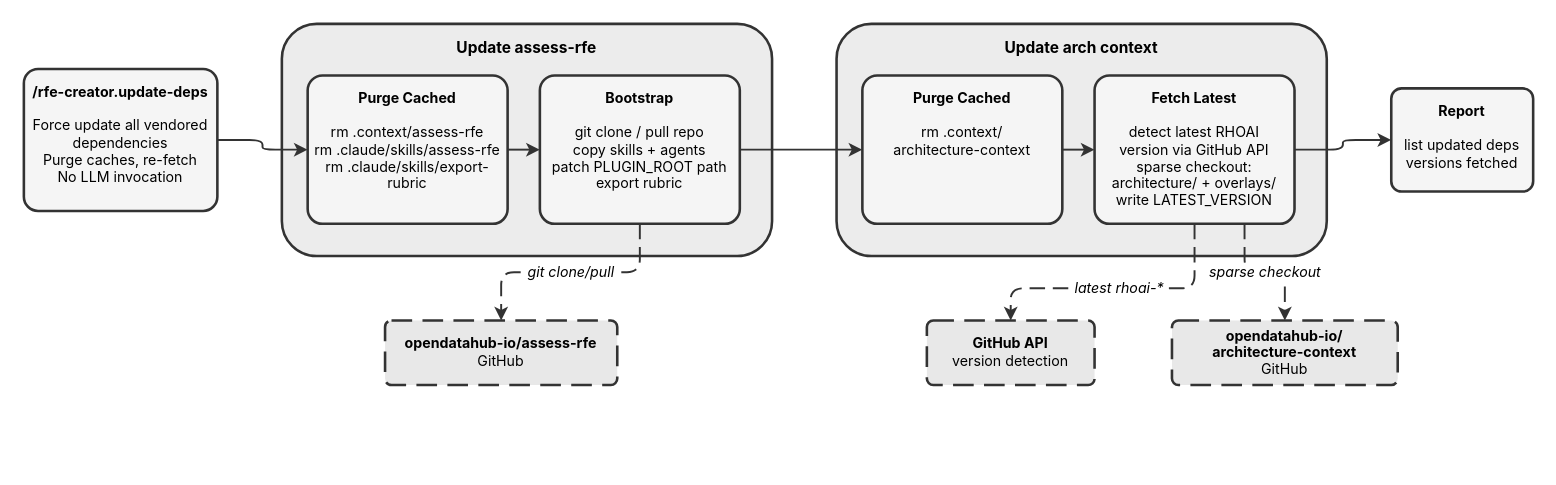
This is site/docs/plugins/rfe-creator/rfe-creator.update-deps.drawio from fege/skills-registry, a draw.io file, before an edit. Source tidied: cells renumbered, new cells numbered last; positions are measured from the earlier drawing's top-left corner, leaving out a move shared by most shapes. Both pictures are drawn from the tidied source at 129%, with x=0, y=0 at pixel (23, 23).
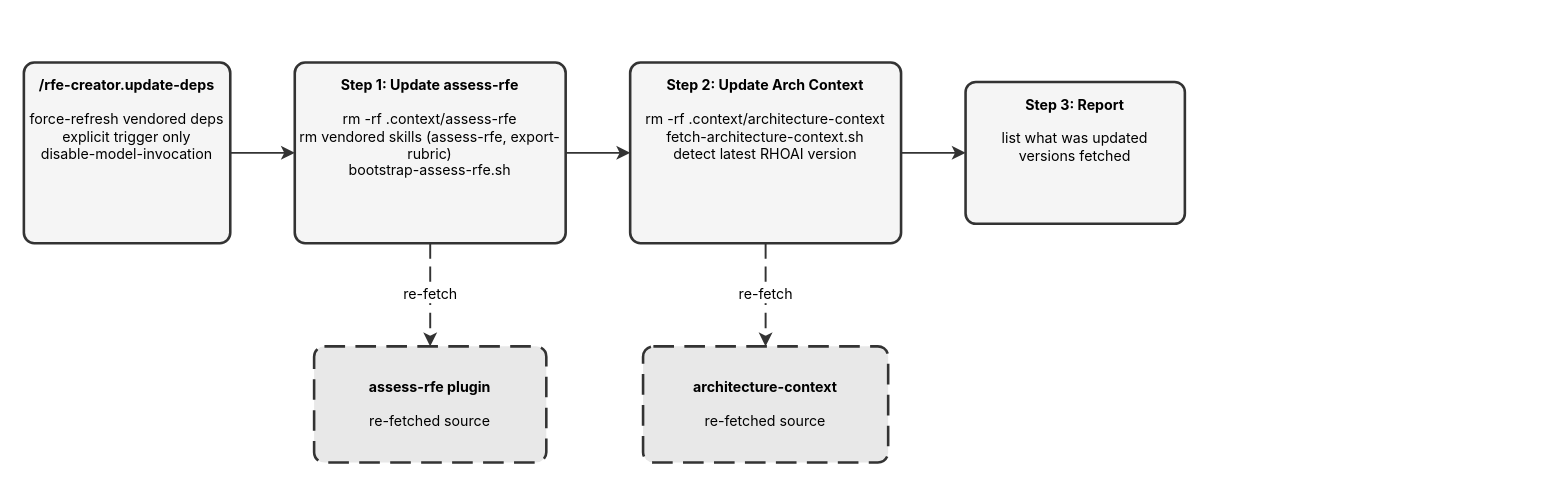
The same page after the edit.

Change to the diagram source:
```diff
@@
-    <mxCell id="2" value="&lt;b&gt;/rfe-creator.update-deps&lt;/b&gt;&lt;br&gt;&lt;br&gt;Force update all vendored&lt;br&gt;dependencies&lt;br&gt;Purge caches, re-fetch&lt;br&gt;No LLM invocation" style="rounded=1;whiteSpace=wrap;html=1;fillColor=#f5f5f5;strokeColor=#333333;strokeWidth=2;arcSize=10;verticalAlign=top;spacingTop=5;fontSize=11;fontFamily=Inter,Helvetica,Arial,sans-serif;" parent="1" vertex="1">
-      <mxGeometry y="35" width="150" height="110" as="geometry" />
+    <mxCell id="2" value="&lt;b&gt;/rfe-creator.update-deps&lt;/b&gt;&lt;br&gt;&lt;br&gt;force-refresh vendored deps&lt;br&gt;explicit trigger only&lt;br&gt;disable-model-invocation" style="rounded=1;whiteSpace=wrap;html=1;fillColor=#f5f5f5;strokeColor=#333333;strokeWidth=2;verticalAlign=top;spacingTop=5;fontSize=11;fontFamily=Inter,Helvetica,Arial,sans-serif;arcSize=16;absoluteArcSize=1;" parent="1" vertex="1">
+      <mxGeometry y="30" width="160" height="140" as="geometry" />
     </mxCell>
-    <mxCell id="3" value="&lt;b&gt;Update assess-rfe&lt;/b&gt;" style="rounded=1;whiteSpace=wrap;html=1;fillColor=#ececec;strokeColor=#333333;strokeWidth=2;verticalAlign=top;spacingTop=5;fontSize=12;fontStyle=1;fontFamily=Inter,Helvetica,Arial,sans-serif;" parent="1" vertex="1">
-      <mxGeometry x="200" width="380" height="180" as="geometry" />
+    <mxCell id="3" value="&lt;b&gt;Step 1: Update assess-rfe&lt;/b&gt;&lt;br&gt;&lt;br&gt;rm -rf .context/assess-rfe&lt;br&gt;rm vendored skills (assess-rfe, export-rubric)&lt;br&gt;bootstrap-assess-rfe.sh" style="rounded=1;whiteSpace=wrap;html=1;fillColor=#f5f5f5;strokeColor=#333333;strokeWidth=2;verticalAlign=top;spacingTop=5;fontSize=11;fontFamily=Inter,Helvetica,Arial,sans-serif;arcSize=16;absoluteArcSize=1;" parent="1" vertex="1">
+      <mxGeometry x="210" y="30" width="210" height="140" as="geometry" />
     </mxCell>
-    <mxCell id="4" value="&lt;b&gt;Purge Cached&lt;/b&gt;&lt;br&gt;&lt;br&gt;rm .context/assess-rfe&lt;br&gt;rm .claude/skills/assess-rfe&lt;br&gt;rm .claude/skills/export-rubric" style="rounded=1;whiteSpace=wrap;html=1;fillColor=#f5f5f5;strokeColor=#333333;strokeWidth=2;arcSize=10;verticalAlign=top;spacingTop=5;fontSize=11;fontFamily=Inter,Helvetica,Arial,sans-serif;" parent="3" vertex="1">
-      <mxGeometry x="20" y="40" width="155" height="115" as="geometry" />
-    </mxCell>
-    <mxCell id="5" value="&lt;b&gt;Bootstrap&lt;/b&gt;&lt;br&gt;&lt;br&gt;git clone / pull repo&lt;br&gt;copy skills + agents&lt;br&gt;patch PLUGIN_ROOT path&lt;br&gt;export rubric" style="rounded=1;whiteSpace=wrap;html=1;fillColor=#f5f5f5;strokeColor=#333333;strokeWidth=2;arcSize=10;verticalAlign=top;spacingTop=5;fontSize=11;fontFamily=Inter,Helvetica,Arial,sans-serif;" parent="3" vertex="1">
-      <mxGeometry x="200" y="40" width="155" height="115" as="geometry" />
-    </mxCell>
-    <mxCell id="6" value="&lt;b&gt;Update arch context&lt;/b&gt;" style="rounded=1;whiteSpace=wrap;html=1;fillColor=#ececec;strokeColor=#333333;strokeWidth=2;verticalAlign=top;spacingTop=5;fontSize=12;fontStyle=1;fontFamily=Inter,Helvetica,Arial,sans-serif;" parent="1" vertex="1">
-      <mxGeometry x="630" width="380" height="180" as="geometry" />
+    <mxCell id="6" value="&lt;b&gt;Step 2: Update Arch Context&lt;/b&gt;&lt;br&gt;&lt;br&gt;rm -rf .context/architecture-context&lt;br&gt;fetch-architecture-context.sh&lt;br&gt;detect latest RHOAI version" style="rounded=1;whiteSpace=wrap;html=1;fillColor=#f5f5f5;strokeColor=#333333;strokeWidth=2;verticalAlign=top;spacingTop=5;fontSize=11;fontFamily=Inter,Helvetica,Arial,sans-serif;arcSize=16;absoluteArcSize=1;" parent="1" vertex="1">
+      <mxGeometry x="470" y="30" width="210" height="140" as="geometry" />
     </mxCell>
-    <mxCell id="7" value="&lt;b&gt;Purge Cached&lt;/b&gt;&lt;br&gt;&lt;br&gt;rm .context/&lt;br&gt;architecture-context" style="rounded=1;whiteSpace=wrap;html=1;fillColor=#f5f5f5;strokeColor=#333333;strokeWidth=2;arcSize=10;verticalAlign=top;spacingTop=5;fontSize=11;fontFamily=Inter,Helvetica,Arial,sans-serif;" parent="6" vertex="1">
-      <mxGeometry x="20" y="40" width="155" height="115" as="geometry" />
-    </mxCell>
-    <mxCell id="8" value="&lt;b&gt;Fetch Latest&lt;/b&gt;&lt;br&gt;&lt;br&gt;detect latest RHOAI&lt;br&gt;version via GitHub API&lt;br&gt;sparse checkout:&lt;br&gt;architecture/ + overlays/&lt;br&gt;write LATEST_VERSION" style="rounded=1;whiteSpace=wrap;html=1;fillColor=#f5f5f5;strokeColor=#333333;strokeWidth=2;arcSize=10;verticalAlign=top;spacingTop=5;fontSize=11;fontFamily=Inter,Helvetica,Arial,sans-serif;" parent="6" vertex="1">
-      <mxGeometry x="200" y="40" width="155" height="115" as="geometry" />
-    </mxCell>
-    <mxCell id="9" value="&lt;b&gt;Report&lt;/b&gt;&lt;br&gt;&lt;br&gt;list updated deps&lt;br&gt;versions fetched" style="rounded=1;whiteSpace=wrap;html=1;fillColor=#f5f5f5;strokeColor=#333333;strokeWidth=2;arcSize=10;verticalAlign=top;spacingTop=5;fontSize=11;fontFamily=Inter,Helvetica,Arial,sans-serif;" parent="1" vertex="1">
-      <mxGeometry x="1060" y="50" width="110" height="80" as="geometry" />
+    <mxCell id="9" value="&lt;b&gt;Step 3: Report&lt;/b&gt;&lt;br&gt;&lt;br&gt;list what was updated&lt;br&gt;versions fetched" style="rounded=1;whiteSpace=wrap;html=1;fillColor=#f5f5f5;strokeColor=#333333;strokeWidth=2;verticalAlign=top;spacingTop=5;fontSize=11;fontFamily=Inter,Helvetica,Arial,sans-serif;arcSize=16;absoluteArcSize=1;" parent="1" vertex="1">
+      <mxGeometry x="730" y="45" width="170" height="110" as="geometry" />
     </mxCell>
-    <mxCell id="10" value="&lt;b&gt;opendatahub-io/assess-rfe&lt;/b&gt;&lt;br&gt;GitHub" style="rounded=1;whiteSpace=wrap;html=1;fillColor=#e8e8e8;strokeColor=#333333;strokeWidth=2;arcSize=10;dashed=1;dashPattern=8 4;verticalAlign=middle;fontSize=11;fontFamily=Inter,Helvetica,Arial,sans-serif;" parent="1" vertex="1">
-      <mxGeometry x="280" y="230" width="180" height="50" as="geometry" />
-    </mxCell>
-    <mxCell id="11" value="&lt;b&gt;GitHub API&lt;/b&gt;&lt;br&gt;version detection" style="rounded=1;whiteSpace=wrap;html=1;fillColor=#e8e8e8;strokeColor=#333333;strokeWidth=2;arcSize=10;dashed=1;dashPattern=8 4;verticalAlign=middle;fontSize=11;fontFamily=Inter,Helvetica,Arial,sans-serif;" parent="1" vertex="1">
-      <mxGeometry x="700" y="230" width="130" height="50" as="geometry" />
-    </mxCell>
-    <mxCell id="12" value="&lt;b&gt;opendatahub-io/&lt;/b&gt;&lt;br&gt;&lt;b&gt;architecture-context&lt;/b&gt;&lt;br&gt;GitHub" style="rounded=1;whiteSpace=wrap;html=1;fillColor=#e8e8e8;strokeColor=#333333;strokeWidth=2;arcSize=10;dashed=1;dashPattern=8 4;verticalAlign=middle;fontSize=11;fontFamily=Inter,Helvetica,Arial,sans-serif;" parent="1" vertex="1">
-      <mxGeometry x="890" y="230" width="175" height="50" as="geometry" />
-    </mxCell>
-    <mxCell id="13" style="edgeStyle=orthogonalEdgeStyle;rounded=1;strokeColor=#333333;strokeWidth=1.5;html=1;fontFamily=Inter,Helvetica,Arial,sans-serif;exitX=1;exitY=0.5;exitDx=0;exitDy=0;entryX=0;entryY=0.5;entryDx=0;entryDy=0;" parent="1" edge="1" source="2" target="4">
-      <mxGeometry relative="1" as="geometry" />
-    </mxCell>
-    <mxCell id="14" style="edgeStyle=orthogonalEdgeStyle;rounded=1;strokeColor=#333333;strokeWidth=1.5;html=1;fontFamily=Inter,Helvetica,Arial,sans-serif;exitX=1;exitY=0.5;exitDx=0;exitDy=0;entryX=0;entryY=0.5;entryDx=0;entryDy=0;" parent="1" edge="1" source="4" target="5">
-      <mxGeometry relative="1" as="geometry" />
-    </mxCell>
-    <mxCell id="15" style="edgeStyle=orthogonalEdgeStyle;rounded=1;strokeColor=#333333;strokeWidth=1.5;html=1;fontFamily=Inter,Helvetica,Arial,sans-serif;exitX=1;exitY=0.5;exitDx=0;exitDy=0;entryX=0;entryY=0.5;entryDx=0;entryDy=0;" parent="1" edge="1" source="5" target="7">
-      <mxGeometry relative="1" as="geometry" />
-    </mxCell>
-    <mxCell id="16" style="edgeStyle=orthogonalEdgeStyle;rounded=1;strokeColor=#333333;strokeWidth=1.5;html=1;fontFamily=Inter,Helvetica,Arial,sans-serif;exitX=1;exitY=0.5;exitDx=0;exitDy=0;entryX=0;entryY=0.5;entryDx=0;entryDy=0;" parent="1" edge="1" source="7" target="8">
-      <mxGeometry relative="1" as="geometry" />
-    </mxCell>
-    <mxCell id="17" style="edgeStyle=orthogonalEdgeStyle;rounded=1;strokeColor=#333333;strokeWidth=1.5;html=1;fontFamily=Inter,Helvetica,Arial,sans-serif;exitX=1;exitY=0.5;exitDx=0;exitDy=0;entryX=0;entryY=0.5;entryDx=0;entryDy=0;" parent="1" edge="1" source="8" target="9">
-      <mxGeometry relative="1" as="geometry" />
-    </mxCell>
-    <mxCell id="18" value="git clone/pull" style="edgeStyle=orthogonalEdgeStyle;rounded=1;strokeColor=#333333;strokeWidth=1.5;dashed=1;dashPattern=8 4;html=1;fontStyle=2;fontSize=11;fontFamily=Inter,Helvetica,Arial,sans-serif;exitX=0.5;exitY=1;exitDx=0;exitDy=0;entryX=0.5;entryY=0;entryDx=0;entryDy=0;" parent="1" edge="1" source="5" target="10">
-      <mxGeometry relative="1" as="geometry" />
-    </mxCell>
-    <mxCell id="19" value="latest rhoai-*" style="edgeStyle=orthogonalEdgeStyle;rounded=1;strokeColor=#333333;strokeWidth=1.5;dashed=1;dashPattern=8 4;html=1;fontStyle=2;fontSize=11;fontFamily=Inter,Helvetica,Arial,sans-serif;exitX=0.5;exitY=1;exitDx=0;exitDy=0;entryX=0.5;entryY=0;entryDx=0;entryDy=0;" parent="1" edge="1" source="8" target="11">
-      <mxGeometry relative="1" as="geometry">
-        <Array as="points">
-          <mxPoint x="908" y="205" />
-          <mxPoint x="765" y="205" />
-        </Array>
-      </mxGeometry>
-    </mxCell>
-    <mxCell id="20" value="sparse checkout" style="edgeStyle=orthogonalEdgeStyle;rounded=1;strokeColor=#333333;strokeWidth=1.5;dashed=1;dashPattern=8 4;html=1;fontStyle=2;fontSize=11;fontFamily=Inter,Helvetica,Arial,sans-serif;exitX=0.75;exitY=1;exitDx=0;exitDy=0;entryX=0.5;entryY=0;entryDx=0;entryDy=0;" parent="1" edge="1" source="8" target="12">
-      <mxGeometry relative="1" as="geometry" />
-    </mxCell>
+    <mxCell id="21" value="&lt;b&gt;assess-rfe plugin&lt;/b&gt;&lt;br&gt;&lt;br&gt;re-fetched source" style="rounded=1;whiteSpace=wrap;html=1;fillColor=#e8e8e8;strokeColor=#333333;strokeWidth=2;dashed=1;dashPattern=8 4;verticalAlign=middle;fontSize=11;fontFamily=Inter,Helvetica,Arial,sans-serif;arcSize=16;absoluteArcSize=1;" parent="1" vertex="1">
+      <mxGeometry x="225" y="250" width="180" height="90" as="geometry" />
+    </mxCell>
+    <mxCell id="22" value="&lt;b&gt;architecture-context&lt;/b&gt;&lt;br&gt;&lt;br&gt;re-fetched source" style="rounded=1;whiteSpace=wrap;html=1;fillColor=#e8e8e8;strokeColor=#333333;strokeWidth=2;dashed=1;dashPattern=8 4;verticalAlign=middle;fontSize=11;fontFamily=Inter,Helvetica,Arial,sans-serif;arcSize=16;absoluteArcSize=1;" parent="1" vertex="1">
+      <mxGeometry x="480" y="250" width="190" height="90" as="geometry" />
+    </mxCell>
+    <mxCell id="23" style="edgeStyle=orthogonalEdgeStyle;rounded=1;strokeColor=#333333;strokeWidth=1.5;html=1;fontFamily=Inter,Helvetica,Arial,sans-serif;exitX=1.0;exitY=0.5;exitDx=0;exitDy=0;entryX=0.0;entryY=0.5;entryDx=0;entryDy=0;" parent="1" edge="1" source="2" target="3">
+      <mxGeometry relative="1" as="geometry" />
+    </mxCell>
+    <mxCell id="24" style="edgeStyle=orthogonalEdgeStyle;rounded=1;strokeColor=#333333;strokeWidth=1.5;html=1;fontFamily=Inter,Helvetica,Arial,sans-serif;exitX=1.0;exitY=0.5;exitDx=0;exitDy=0;entryX=0.0;entryY=0.5;entryDx=0;entryDy=0;" parent="1" edge="1" source="3" target="6">
+      <mxGeometry relative="1" as="geometry" />
+    </mxCell>
+    <mxCell id="25" style="edgeStyle=orthogonalEdgeStyle;rounded=1;strokeColor=#333333;strokeWidth=1.5;html=1;fontFamily=Inter,Helvetica,Arial,sans-serif;exitX=1.0;exitY=0.5;exitDx=0;exitDy=0;entryX=0.0;entryY=0.5;entryDx=0;entryDy=0;" parent="1" edge="1" source="6" target="9">
+      <mxGeometry relative="1" as="geometry" />
+    </mxCell>
+    <mxCell id="26" value="re-fetch" style="edgeStyle=orthogonalEdgeStyle;rounded=1;strokeColor=#333333;strokeWidth=1.5;html=1;fontFamily=Inter,Helvetica,Arial,sans-serif;dashed=1;dashPattern=8 4;exitX=0.5;exitY=1.0;exitDx=0;exitDy=0;entryX=0.5;entryY=0.0;entryDx=0;entryDy=0;" parent="1" edge="1" source="3" target="21">
+      <mxGeometry relative="1" as="geometry" />
+    </mxCell>
+    <mxCell id="27" value="re-fetch" style="edgeStyle=orthogonalEdgeStyle;rounded=1;strokeColor=#333333;strokeWidth=1.5;html=1;fontFamily=Inter,Helvetica,Arial,sans-serif;dashed=1;dashPattern=8 4;exitX=0.5;exitY=1.0;exitDx=0;exitDy=0;entryX=0.5;entryY=0.0;entryDx=0;entryDy=0;" parent="1" edge="1" source="6" target="22">
+      <mxGeometry relative="1" as="geometry" />
+    </mxCell>
```
